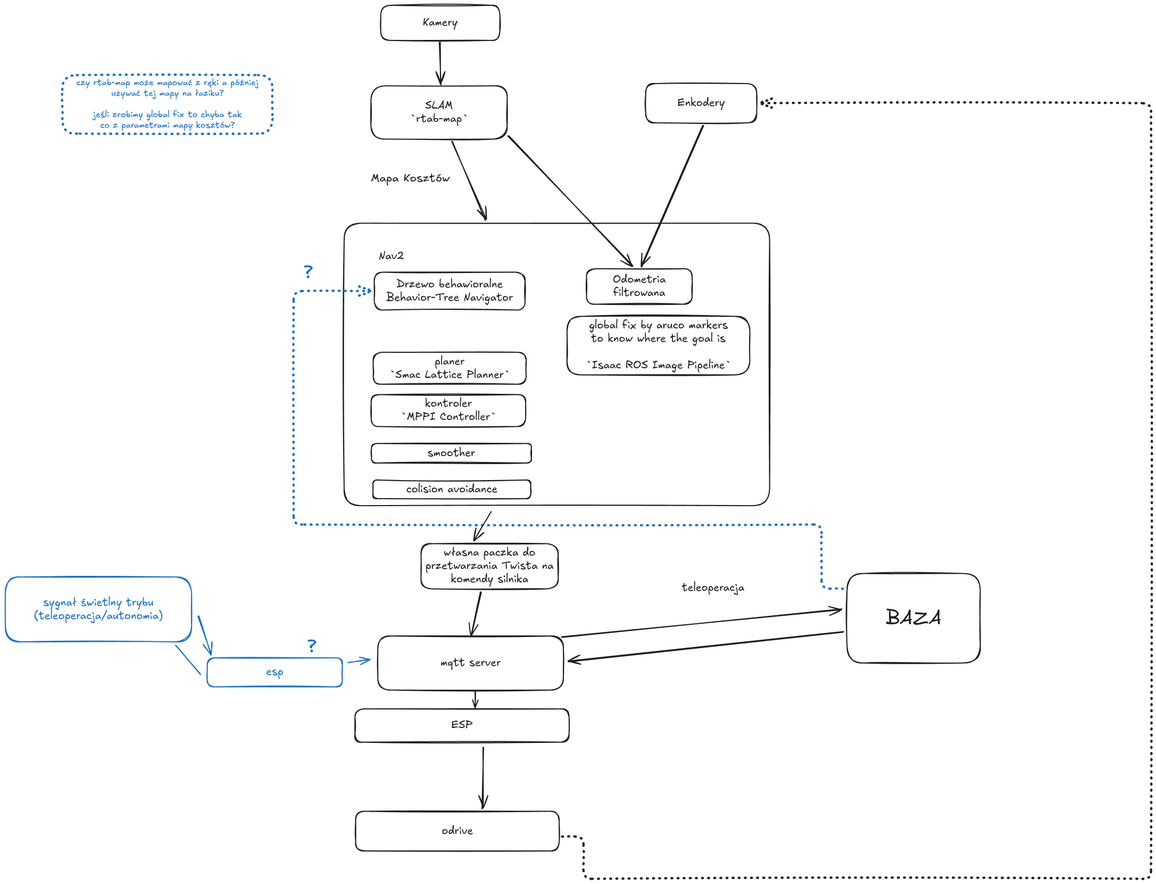
Before: PLAN.excalidraw.png, a diagram exported from Excalidraw (Bungok/ORION_VI_NAVIGATION_STACK). Source tidied: one line per element, renumbered; positions are measured from the earlier drawing's top-left corner, leaving out a move shared by most shapes.
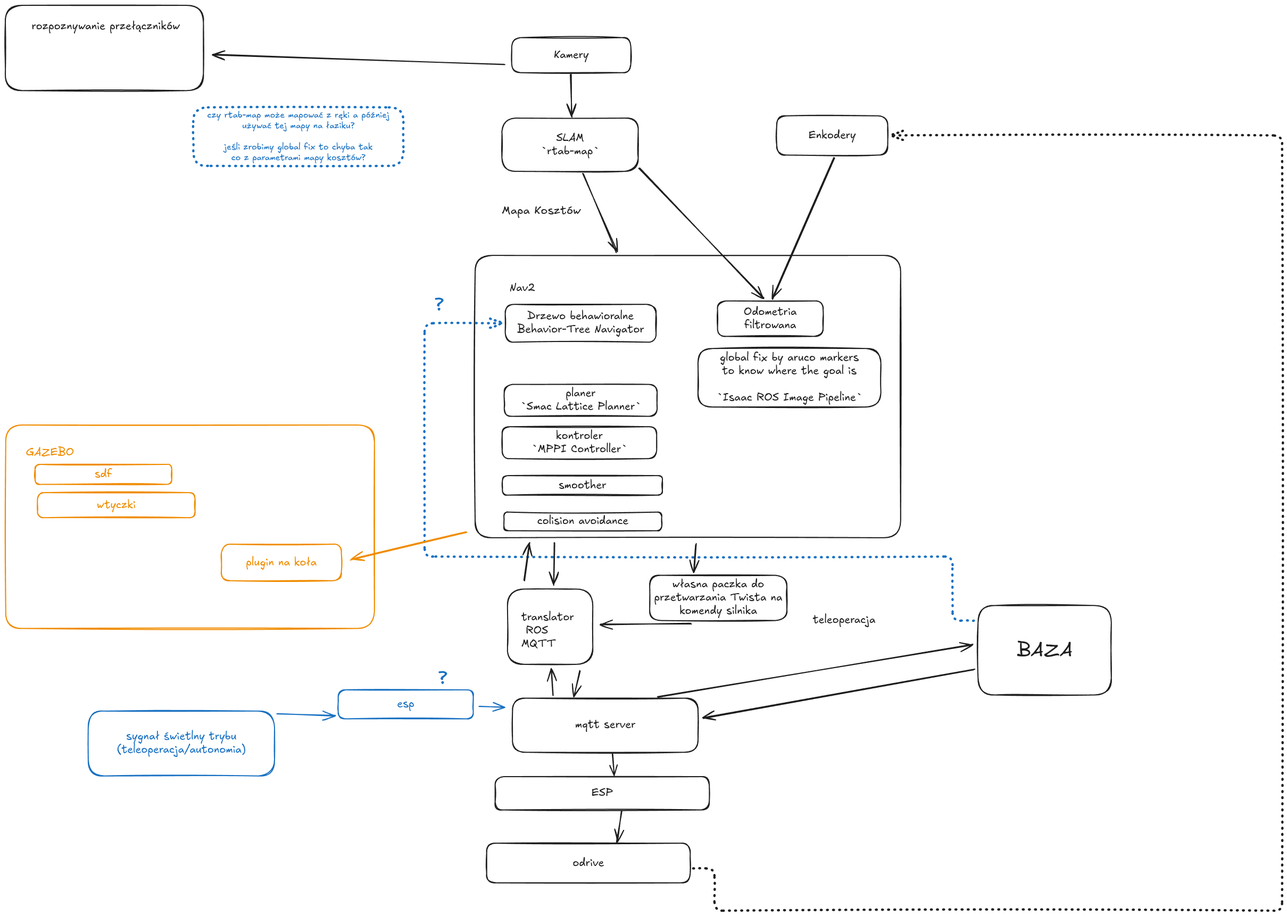
Later version of the same file.

Commit message:
docs: update flowchart add kinematic equations add passwords

What changed in the source:
```diff
@@ -21,25 +21,25 @@
 {"id": 20, "type": "text", "text": "Odometria\nfiltrowana", "strokeColor": "#1e1e1e", "strokeWidth": 2, "roughness": 1, "fontSize": 20, "fontFamily": 5, "textAlign": "center", "verticalAlign": "middle", "inside": 19, "x": 1142, "y": 503, "width": 100, "height": 50}
 {"id": 21, "type": "rectangle", "strokeColor": "#1e1e1e", "strokeWidth": 2, "roughness": 1, "round": true, "x": 1204, "y": 147, "width": 209, "height": 74}
 {"id": 22, "type": "text", "text": "Enkodery", "strokeColor": "#1e1e1e", "strokeWidth": 2, "roughness": 1, "fontSize": 20, "fontFamily": 5, "textAlign": "center", "verticalAlign": "middle", "inside": 21, "x": 1264, "y": 171, "width": 89, "height": 25}
-{"id": 23, "type": "arrow", "strokeColor": "#1e1e1e", "strokeWidth": 2, "roughness": 1, "endArrowhead": "arrow", "round": true, "from": 54, "to": 24, "x": 895, "y": 1103, "width": 19, "height": 80, "points": [[0, 0], [-19, 80]]}
+{"id": 23, "type": "arrow", "strokeColor": "#1e1e1e", "strokeWidth": 2, "roughness": 1, "endArrowhead": "arrow", "round": true, "from": 54, "to": 66, "x": 1044, "y": 1103, "width": 171, "height": 0, "points": [[0, 0], [-171, 0]]}
-{"id": 24, "type": "rectangle", "strokeColor": "#1e1e1e", "strokeWidth": 2, "roughness": 1, "round": true, "x": 700, "y": 1185, "width": 349, "height": 102}
+{"id": 24, "type": "rectangle", "strokeColor": "#1e1e1e", "strokeWidth": 2, "roughness": 1, "round": true, "x": 707, "y": 1242, "width": 349, "height": 102}
-{"id": 25, "type": "text", "text": "mqtt server", "strokeColor": "#1e1e1e", "strokeWidth": 2, "roughness": 1, "fontSize": 20, "fontFamily": 5, "textAlign": "center", "verticalAlign": "middle", "inside": 24, "x": 818, "y": 1223, "width": 113, "height": 25}
+{"id": 25, "type": "text", "text": "mqtt server", "strokeColor": "#1e1e1e", "strokeWidth": 2, "roughness": 1, "fontSize": 20, "fontFamily": 5, "textAlign": "center", "verticalAlign": "middle", "inside": 24, "x": 825, "y": 1280, "width": 113, "height": 25}
 {"id": 26, "type": "rectangle", "strokeColor": "#1e1e1e", "strokeWidth": 2, "roughness": 1, "round": true, "x": 1056, "y": 584, "width": 344, "height": 110}
 {"id": 27, "type": "text", "text": "global fix by aruco markers\nto know where the goal is\n\n`Isaac ROS Image Pipeline`", "strokeColor": "#1e1e1e", "strokeWidth": 2, "roughness": 1, "fontSize": 20, "fontFamily": 5, "textAlign": "center", "verticalAlign": "middle", "inside": 26, "x": 1091, "y": 589, "width": 274, "height": 100}
-{"id": 28, "type": "arrow", "strokeColor": "#1e1e1e", "strokeWidth": 2, "roughness": 1, "endArrowhead": "arrow", "round": true, "from": 30, "to": 24, "x": 1575, "y": 1178, "width": 516, "height": 54, "points": [[0, 0], [-516, 54]]}
+{"id": 28, "type": "arrow", "strokeColor": "#1e1e1e", "strokeWidth": 2, "roughness": 1, "endArrowhead": "arrow", "round": true, "from": 30, "to": 24, "x": 1575, "y": 1189, "width": 509, "height": 90, "points": [[0, 0], [-509, 90]]}
-{"id": 29, "type": "arrow", "strokeColor": "#1e1e1e", "strokeWidth": 2, "roughness": 1, "endArrowhead": "arrow", "round": true, "from": 24, "to": 30, "x": 1046, "y": 1188, "width": 526, "height": 54, "points": [[0, 0], [526, -54]]}
+{"id": 29, "type": "arrow", "strokeColor": "#1e1e1e", "strokeWidth": 2, "roughness": 1, "endArrowhead": "arrow", "round": true, "from": 24, "to": 30, "x": 980, "y": 1240, "width": 592, "height": 100, "points": [[0, 0], [592, -100]]}
 {"id": 30, "type": "rectangle", "strokeColor": "#1e1e1e", "strokeWidth": 2, "roughness": 1, "round": true, "x": 1582, "y": 1068, "width": 250, "height": 168}
 {"id": 31, "type": "text", "text": "BAZA", "strokeColor": "#1e1e1e", "strokeWidth": 2, "roughness": 1, "fontSize": 36, "fontFamily": 5, "textAlign": "center", "verticalAlign": "middle", "inside": 30, "x": 1655, "y": 1129, "width": 105, "height": 45}
 {"id": 32, "type": "text", "text": "teleoperacja", "strokeColor": "#1e1e1e", "strokeWidth": 2, "roughness": 1, "fontSize": 20, "fontFamily": 5, "x": 1272, "y": 1083, "width": 118, "height": 25}
-{"id": 33, "type": "arrow", "strokeColor": "#1971c2", "strokeWidth": 2, "roughness": 1, "endArrowhead": "arrow", "round": true, "from": 34, "to": 50, "x": 363, "y": 1147, "width": 24, "height": 73, "points": [[0, 0], [24, 73]]}
+{"id": 33, "type": "arrow", "strokeColor": "#1971c2", "strokeWidth": 2, "roughness": 1, "endArrowhead": "arrow", "round": true, "from": 34, "to": 50, "x": 265, "y": 1270, "width": 109, "height": 4, "points": [[0, 0], [109, 4]]}
-{"id": 34, "type": "rectangle", "strokeColor": "#1971c2", "strokeWidth": 2, "roughness": 1, "round": true, "x": 0, "y": 1074, "width": 350, "height": 122}
+{"id": 34, "type": "rectangle", "strokeColor": "#1971c2", "strokeWidth": 2, "roughness": 1, "round": true, "x": -90, "y": 1266, "width": 350, "height": 122}
-{"id": 35, "type": "text", "text": "sygnał świetlny trybu\n(teleoperacja/autonomia)", "strokeColor": "#1971c2", "strokeWidth": 2, "roughness": 1, "fontSize": 20, "fontFamily": 5, "textAlign": "center", "verticalAlign": "middle", "inside": 34, "x": 54, "y": 1110, "width": 242, "height": 50}
+{"id": 35, "type": "text", "text": "sygnał świetlny trybu\n(teleoperacja/autonomia)", "strokeColor": "#1971c2", "strokeWidth": 2, "roughness": 1, "fontSize": 20, "fontFamily": 5, "textAlign": "center", "verticalAlign": "middle", "inside": 34, "x": -36, "y": 1302, "width": 242, "height": 50}
 {"id": 36, "type": "rectangle", "strokeColor": "#1e1e1e", "strokeWidth": 2, "roughness": 1, "round": true, "x": 659, "y": 1514, "width": 383, "height": 75}
 {"id": 37, "type": "text", "text": "odrive", "strokeColor": "#1e1e1e", "strokeWidth": 2, "roughness": 1, "fontSize": 20, "fontFamily": 5, "textAlign": "center", "verticalAlign": "middle", "inside": 36, "x": 820, "y": 1539, "width": 59, "height": 25}
-{"id": 38, "type": "rectangle", "strokeColor": "#1e1e1e", "strokeWidth": 2, "roughness": 1, "round": true, "x": 657, "y": 1322, "width": 402, "height": 63}
+{"id": 38, "type": "rectangle", "strokeColor": "#1e1e1e", "strokeWidth": 2, "roughness": 1, "round": true, "x": 675, "y": 1389, "width": 402, "height": 63}
-{"id": 39, "type": "text", "text": "ESP", "strokeColor": "#1e1e1e", "strokeWidth": 2, "roughness": 1, "fontSize": 20, "fontFamily": 5, "textAlign": "center", "verticalAlign": "middle", "inside": 38, "x": 838, "y": 1341, "width": 41, "height": 25}
+{"id": 39, "type": "text", "text": "ESP", "strokeColor": "#1e1e1e", "strokeWidth": 2, "roughness": 1, "fontSize": 20, "fontFamily": 5, "textAlign": "center", "verticalAlign": "middle", "inside": 38, "x": 856, "y": 1408, "width": 41, "height": 25}
-{"id": 40, "type": "arrow", "strokeColor": "#1e1e1e", "strokeWidth": 2, "roughness": 1, "endArrowhead": "arrow", "round": true, "from": 24, "to": 38, "x": 883, "y": 1290, "width": 1, "height": 31, "points": [[0, 0], [-1, 31]]}
+{"id": 40, "type": "arrow", "strokeColor": "#1e1e1e", "strokeWidth": 2, "roughness": 1, "endArrowhead": "arrow", "round": true, "from": 24, "to": 38, "x": 895, "y": 1346, "width": 3, "height": 41, "points": [[0, 0], [3, 41]]}
-{"id": 41, "type": "arrow", "strokeColor": "#1e1e1e", "strokeWidth": 2, "roughness": 1, "endArrowhead": "arrow", "round": true, "from": 38, "to": 36, "x": 898, "y": 1393, "width": 1, "height": 116, "points": [[0, 0], [-1, 116]]}
+{"id": 41, "type": "arrow", "strokeColor": "#1e1e1e", "strokeWidth": 2, "roughness": 1, "endArrowhead": "arrow", "round": true, "from": 38, "to": 36, "x": 912, "y": 1454, "width": 8, "height": 60, "points": [[0, 0], [-8, 60]]}
 {"id": 42, "type": "arrow", "strokeColor": "#1e1e1e", "strokeWidth": 4, "strokeStyle": "dotted", "roughness": 1, "endArrowhead": "arrow", "from": 36, "x": 1047, "y": 1562, "width": 1107, "height": 1457, "points": [[0, 0], [40, 0], [40, 80], [1107, 80], [1107, -1378], [371, -1378]]}
 {"id": 43, "type": "arrow", "strokeColor": "#1971c2", "strokeWidth": 4, "strokeStyle": "dotted", "roughness": 1, "endArrowhead": "arrow", "from": 30, "to": 9, "x": 1574, "y": 1096, "width": 1032, "height": 559, "points": [[0, 0], [-40, 0], [-40, -121], [-1032, -121], [-1032, -559], [-886, -559]]}
 {"id": 44, "type": "text", "text": "?", "strokeColor": "#1971c2", "strokeWidth": 4, "strokeStyle": "dotted", "roughness": 1, "fontSize": 36, "fontFamily": 5, "x": 561, "y": 482, "width": 17, "height": 45}
@@ -50,8 +50,25 @@
 {"id": 49, "type": "text", "text": "planer\n`Smac Lattice Planner`", "strokeColor": "#1e1e1e", "strokeWidth": 2, "roughness": 1, "fontSize": 20, "fontFamily": 5, "textAlign": "center", "verticalAlign": "middle", "inside": 48, "x": 722, "y": 657, "width": 227, "height": 50}
 {"id": 50, "type": "rectangle", "strokeColor": "#1971c2", "strokeWidth": 2, "roughness": 1, "round": true, "x": 380, "y": 1226, "width": 254, "height": 55}
 {"id": 51, "type": "text", "text": "esp", "strokeColor": "#1971c2", "strokeWidth": 2, "roughness": 1, "fontSize": 20, "fontFamily": 5, "textAlign": "center", "verticalAlign": "middle", "inside": 50, "x": 490, "y": 1241, "width": 32, "height": 25}
-{"id": 52, "type": "arrow", "strokeColor": "#1971c2", "strokeWidth": 2, "roughness": 1, "endArrowhead": "arrow", "round": true, "from": 50, "to": 24, "x": 644, "y": 1235, "width": 41, "height": 6, "points": [[0, 0], [41, -6]]}
+{"id": 52, "type": "arrow", "strokeColor": "#1971c2", "strokeWidth": 2, "roughness": 1, "endArrowhead": "arrow", "round": true, "from": 50, "to": 24, "x": 644, "y": 1257, "width": 48, "height": 1, "points": [[0, 0], [48, 1]]}
-{"id": 53, "type": "line", "strokeColor": "#1971c2", "strokeWidth": 2, "roughness": 1, "round": true, "x": 321, "y": 1203, "width": 45, "height": 54, "points": [[0, 0], [45, 54]]}
-{"id": 54, "type": "rectangle", "strokeColor": "#1e1e1e", "strokeWidth": 2, "roughness": 1, "round": true, "x": 781, "y": 1012, "width": 258, "height": 85}
+{"id": 54, "type": "rectangle", "strokeColor": "#1e1e1e", "strokeWidth": 2, "roughness": 1, "round": true, "x": 965, "y": 1011, "width": 258, "height": 85}
-{"id": 55, "type": "text", "text": "własna paczka do\nprzetwarzania Twista na\nkomendy silnika", "strokeColor": "#1e1e1e", "strokeWidth": 2, "roughness": 1, "fontSize": 20, "fontFamily": 5, "textAlign": "center", "verticalAlign": "middle", "inside": 54, "x": 790, "y": 1017, "width": 241, "height": 75}
+{"id": 55, "type": "text", "text": "własna paczka do\nprzetwarzania Twista na\nkomendy silnika", "strokeColor": "#1e1e1e", "strokeWidth": 2, "roughness": 1, "fontSize": 20, "fontFamily": 5, "textAlign": "center", "verticalAlign": "middle", "inside": 54, "x": 973, "y": 1016, "width": 241, "height": 75}
-{"id": 56, "type": "arrow", "strokeColor": "#1e1e1e", "strokeWidth": 2, "roughness": 1, "endArrowhead": "arrow", "round": true, "from": 7, "to": 54, "x": 913, "y": 952, "width": 31, "height": 54, "points": [[0, 0], [-31, 54]]}
+{"id": 56, "type": "arrow", "strokeColor": "#1e1e1e", "strokeWidth": 2, "roughness": 1, "endArrowhead": "arrow", "round": true, "from": 7, "to": 54, "x": 1052, "y": 952, "width": 3, "height": 53, "points": [[0, 0], [-3, 53]]}
+{"id": 57, "type": "arrow", "strokeColor": "#f08c00", "strokeWidth": 2, "roughness": 1, "endArrowhead": "arrow", "round": true, "from": 7, "to": 64, "x": 621, "y": 930, "width": 218, "height": 52, "points": [[0, 0], [-218, 52]]}
+{"id": 58, "type": "rectangle", "strokeColor": "#f08c00", "strokeWidth": 2, "roughness": 1, "round": true, "x": -245, "y": 728, "width": 693, "height": 382}
+{"id": 59, "type": "text", "text": "GAZEBO\n\n", "strokeColor": "#f08c00", "strokeWidth": 2, "roughness": 1, "fontSize": 20, "fontFamily": 5, "x": -207, "y": 768, "width": 90, "height": 75}
+{"id": 60, "type": "rectangle", "strokeColor": "#f08c00", "strokeWidth": 2, "roughness": 1, "round": true, "x": -190, "y": 802, "width": 257, "height": 38}
+{"id": 61, "type": "text", "text": "sdf", "strokeColor": "#f08c00", "strokeWidth": 2, "roughness": 1, "fontSize": 20, "fontFamily": 5, "textAlign": "center", "verticalAlign": "middle", "inside": 60, "x": -78, "y": 809, "width": 33, "height": 25}
+{"id": 62, "type": "rectangle", "strokeColor": "#f08c00", "strokeWidth": 2, "roughness": 1, "round": true, "x": -186, "y": 855, "width": 296, "height": 47}
+{"id": 63, "type": "text", "text": "wtyczki", "strokeColor": "#f08c00", "strokeWidth": 2, "roughness": 1, "fontSize": 20, "fontFamily": 5, "textAlign": "center", "verticalAlign": "middle", "inside": 62, "x": -74, "y": 866, "width": 73, "height": 25}
+{"id": 64, "type": "rectangle", "strokeColor": "#f08c00", "strokeWidth": 2, "roughness": 1, "round": true, "x": 160, "y": 952, "width": 226, "height": 69}
+{"id": 65, "type": "text", "text": "plugin na koła", "strokeColor": "#f08c00", "strokeWidth": 2, "roughness": 1, "fontSize": 20, "fontFamily": 5, "textAlign": "center", "verticalAlign": "middle", "inside": 64, "x": 206, "y": 974, "width": 133, "height": 25}
+{"id": 66, "type": "rectangle", "strokeColor": "#1e1e1e", "strokeWidth": 2, "roughness": 1, "round": true, "x": 698, "y": 1037, "width": 160, "height": 142}
+{"id": 67, "type": "text", "text": "translator\n ROS\nMQTT", "strokeColor": "#1e1e1e", "strokeWidth": 2, "roughness": 1, "fontSize": 20, "fontFamily": 5, "x": 724, "y": 1077, "width": 99, "height": 75}
+{"id": 68, "type": "arrow", "strokeColor": "#1e1e1e", "strokeWidth": 2, "roughness": 1, "endArrowhead": "arrow", "round": true, "from": 24, "to": 66, "x": 783, "y": 1236, "width": 2, "height": 50, "points": [[0, 0], [-2, -50]]}
+{"id": 69, "type": "arrow", "strokeColor": "#1e1e1e", "strokeWidth": 2, "roughness": 1, "endArrowhead": "arrow", "round": true, "from": 7, "to": 66, "x": 785, "y": 949, "width": 2, "height": 80, "points": [[0, 0], [-2, 80]]}
+{"id": 70, "type": "arrow", "strokeColor": "#1e1e1e", "strokeWidth": 2, "roughness": 1, "endArrowhead": "arrow", "round": true, "from": 66, "to": 24, "x": 834, "y": 1190, "width": 11, "height": 49, "points": [[0, 0], [-11, 49]]}
+{"id": 71, "type": "arrow", "strokeColor": "#1e1e1e", "strokeWidth": 2, "roughness": 1, "endArrowhead": "arrow", "round": true, "from": 66, "to": 7, "x": 729, "y": 1022, "width": 10, "height": 72, "points": [[0, 0], [10, -72]]}
+{"id": 72, "type": "arrow", "strokeColor": "#1e1e1e", "strokeWidth": 2, "roughness": 1, "endArrowhead": "arrow", "round": true, "from": 0, "to": 73, "x": 693, "y": 50, "width": 548, "height": 18, "points": [[0, 0], [-548, -18]]}
+{"id": 73, "type": "rectangle", "strokeColor": "#1e1e1e", "strokeWidth": 2, "roughness": 1, "round": true, "x": -246, "y": -61, "width": 372, "height": 160}
+{"id": 74, "type": "text", "text": "rozpoznywanie przełączników", "strokeColor": "#1e1e1e", "strokeWidth": 2, "roughness": 1, "fontSize": 20, "fontFamily": 5, "x": -197, "y": -33, "width": 279, "height": 25}
```
